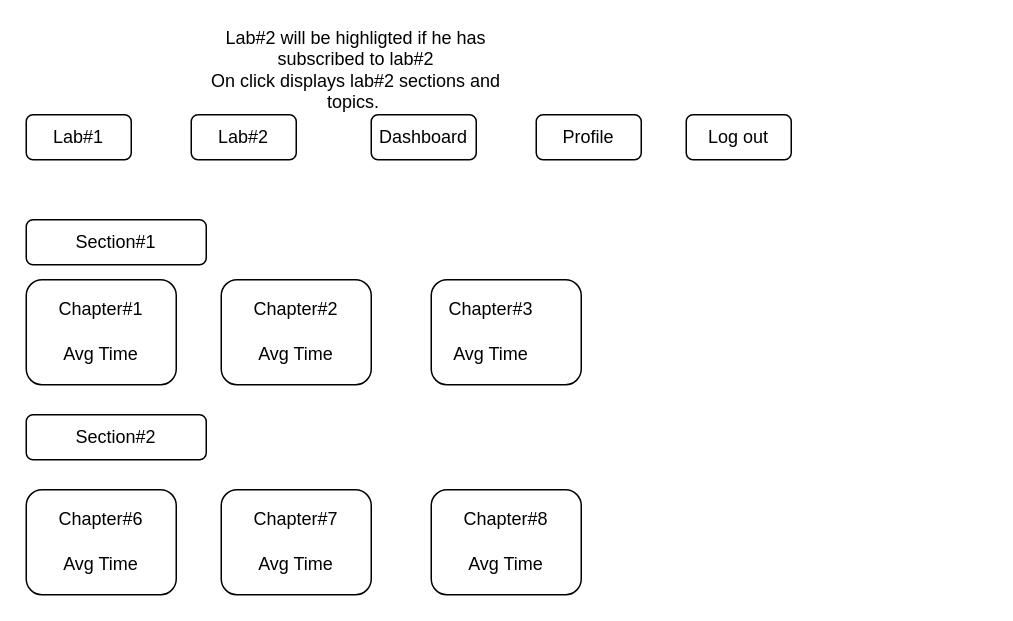
gonchigars/CKAD-exercises keeps this draw.io diagram as page "explore labs" (2 of 6) of Topkuber_Design.drawio. Above is the earlier version. Source tidied: cells renumbered, new cells numbered last; positions are measured from the earlier drawing's top-left corner, leaving out a move shared by most shapes. Both pictures are drawn from the tidied source at 150%, with x=0, y=0 at pixel (26, 54).
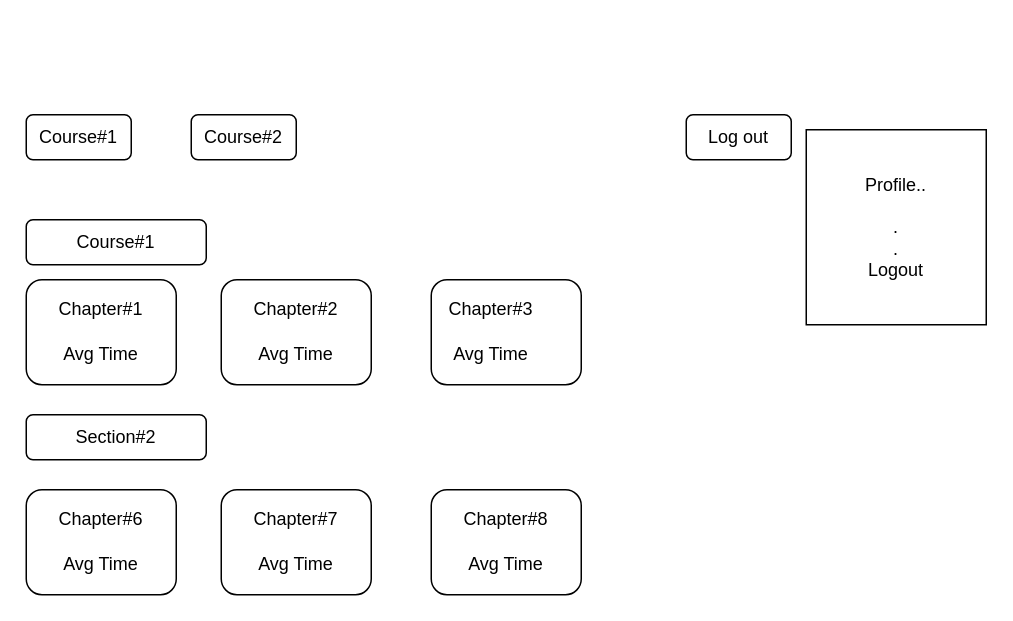
After the change.

What changed in the source:
```diff
@@
-    <mxCell id="7" value="Section#1" style="rounded=1;whiteSpace=wrap;html=1;" parent="1" vertex="1">
+    <mxCell id="7" value="Course#1" style="rounded=1;whiteSpace=wrap;html=1;" parent="1" vertex="1">
       <mxGeometry y="110" width="120" height="30" as="geometry" />
     </mxCell>
@@
-    <mxCell id="22" value="Lab#1" style="rounded=1;whiteSpace=wrap;html=1;" parent="1" vertex="1">
+    <mxCell id="22" value="Course#1" style="rounded=1;whiteSpace=wrap;html=1;" parent="1" vertex="1">
       <mxGeometry y="40" width="70" height="30" as="geometry" />
     </mxCell>
-    <mxCell id="23" value="Profile" style="rounded=1;whiteSpace=wrap;html=1;" parent="1" vertex="1">
-      <mxGeometry x="340" y="40" width="70" height="30" as="geometry" />
-    </mxCell>
@@
-    <mxCell id="25" value="Lab#2" style="rounded=1;whiteSpace=wrap;html=1;" parent="1" vertex="1">
+    <mxCell id="25" value="Course#2" style="rounded=1;whiteSpace=wrap;html=1;" parent="1" vertex="1">
       <mxGeometry x="110" y="40" width="70" height="30" as="geometry" />
     </mxCell>
-    <mxCell id="26" value="Lab#2 will be highligted if he has subscribed to lab#2&lt;br&gt;On click displays lab#2 sections and topics.&amp;nbsp;" style="text;html=1;strokeColor=none;fillColor=none;align=center;verticalAlign=middle;whiteSpace=wrap;rounded=0;" parent="1" vertex="1">
-      <mxGeometry x="110" width="220" height="20" as="geometry" />
-    </mxCell>
-    <mxCell id="27" value="Dashboard" style="rounded=1;whiteSpace=wrap;html=1;" parent="1" vertex="1">
-      <mxGeometry x="230" y="40" width="70" height="30" as="geometry" />
-    </mxCell>
+    <mxCell id="28" value="Profile..&lt;br&gt;&lt;br&gt;.&lt;br&gt;.&lt;br&gt;Logout" style="rounded=0;whiteSpace=wrap;html=1;" parent="1" vertex="1">
+      <mxGeometry x="520" y="50" width="120" height="130" as="geometry" />
+    </mxCell>
```
